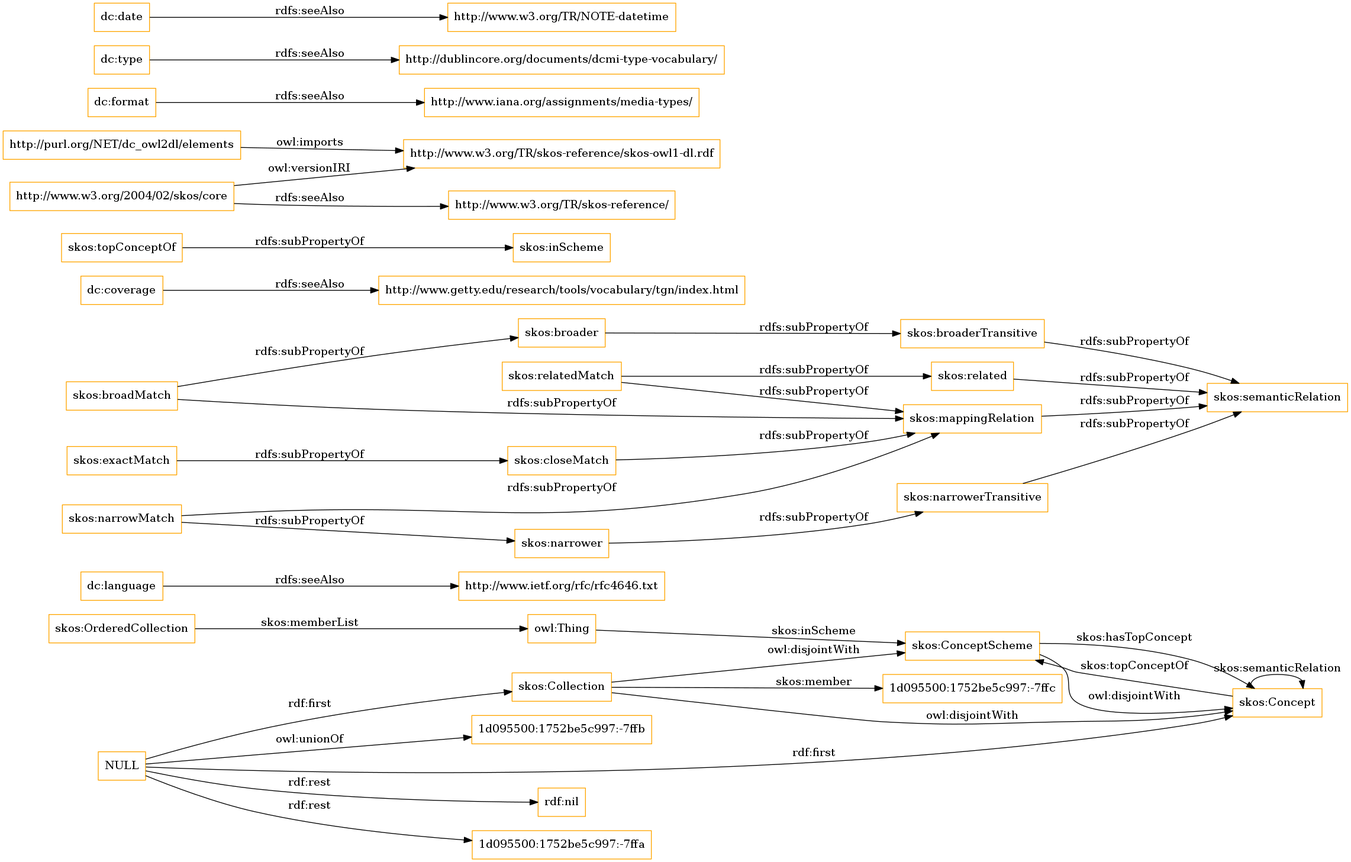
This is OnToology/imports/elements.owl/diagrams/ar2dtool-class/elements.owl.png from OnToologyUser/core-ontology-1, a Graphviz export, as it was before one commit. Its source is kept beside it as OnToology/imports/elements.owl/diagrams/ar2dtool-class/elements.owl.png.dot.
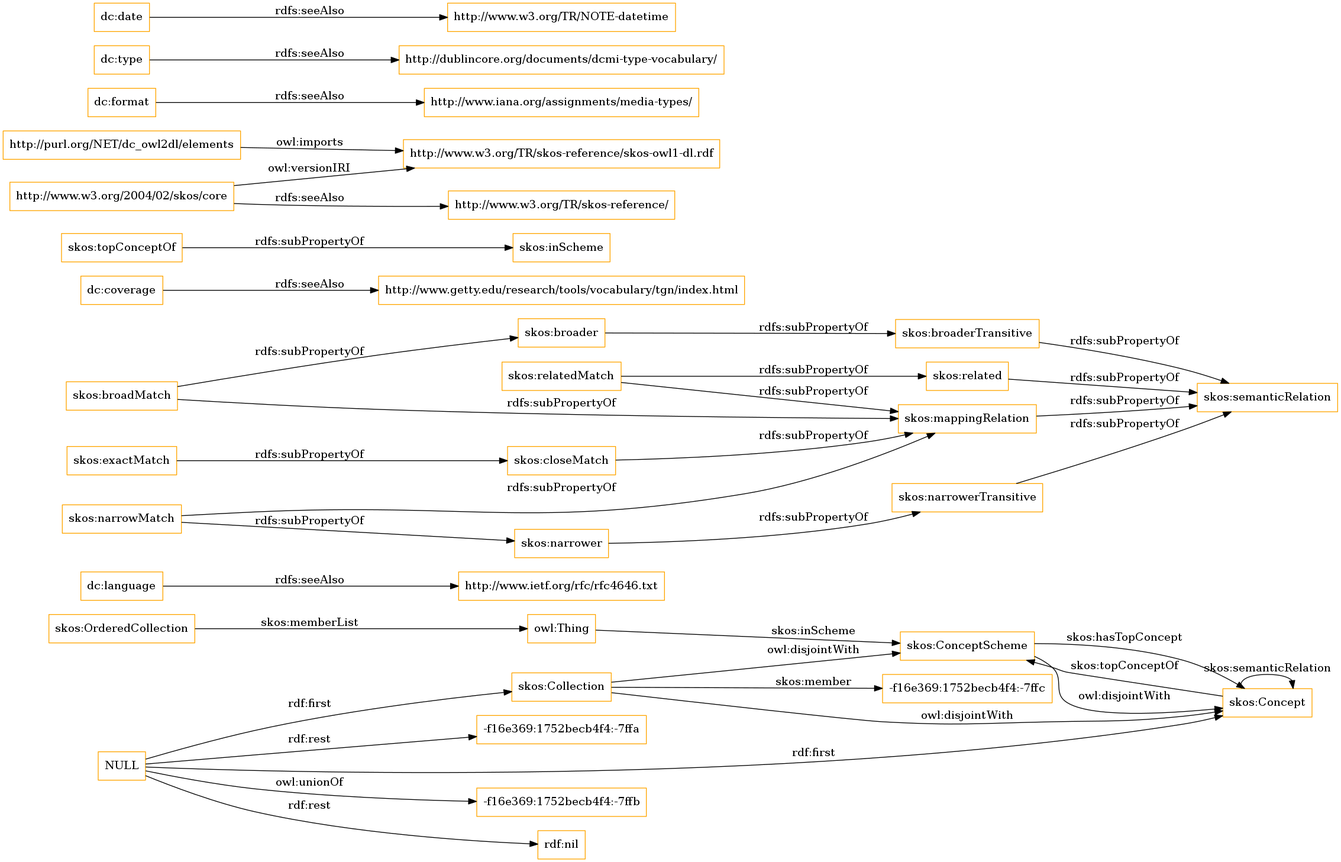
Later version of the same file.

Diff of the diagram source:
```diff
@@ -1,13 +1,13 @@
 digraph ar2dtool_diagram {
 rankdir=LR;
 size="1501"
-node [shape = rectangle, color="orange"]; "1d095500:1752be5c997:-7ffc" "skos:OrderedCollection" "skos:Collection" "skos:ConceptScheme" "skos:Concept" ; /*classes style*/
+node [shape = rectangle, color="orange"]; "-f16e369:1752becb4f4:-7ffc" "skos:OrderedCollection" "skos:Collection" "skos:ConceptScheme" "skos:Concept" ; /*classes style*/
 	"dc:language" -> "http://www.ietf.org/rfc/rfc4646.txt" [ label = "rdfs:seeAlso" ];
+	"NULL" -> "-f16e369:1752becb4f4:-7ffb" [ label = "owl:unionOf" ];
 	"NULL" -> "rdf:nil" [ label = "rdf:rest" ];
 	"NULL" -> "skos:Collection" [ label = "rdf:first" ];
-	"NULL" -> "1d095500:1752be5c997:-7ffa" [ label = "rdf:rest" ];
+	"NULL" -> "-f16e369:1752becb4f4:-7ffa" [ label = "rdf:rest" ];
 	"NULL" -> "skos:Concept" [ label = "rdf:first" ];
-	"NULL" -> "1d095500:1752be5c997:-7ffb" [ label = "owl:unionOf" ];
 	"skos:closeMatch" -> "skos:mappingRelation" [ label = "rdfs:subPropertyOf" ];
 	"dc:coverage" -> "http://www.getty.edu/research/tools/vocabulary/tgn/index.html" [ label = "rdfs:seeAlso" ];
 	"skos:relatedMatch" -> "skos:related" [ label = "rdfs:subPropertyOf" ];
@@ -36,7 +36,7 @@
 	"skos:OrderedCollection" -> "owl:Thing" [ label = "skos:memberList" ];
 	"skos:Concept" -> "skos:ConceptScheme" [ label = "skos:topConceptOf" ];
 	"skos:Concept" -> "skos:Concept" [ label = "skos:semanticRelation" ];
-	"skos:Collection" -> "1d095500:1752be5c997:-7ffc" [ label = "skos:member" ];
+	"skos:Collection" -> "-f16e369:1752becb4f4:-7ffc" [ label = "skos:member" ];
 	"skos:ConceptScheme" -> "skos:Concept" [ label = "skos:hasTopConcept" ];
 	"owl:Thing" -> "skos:ConceptScheme" [ label = "skos:inScheme" ];
 
```
